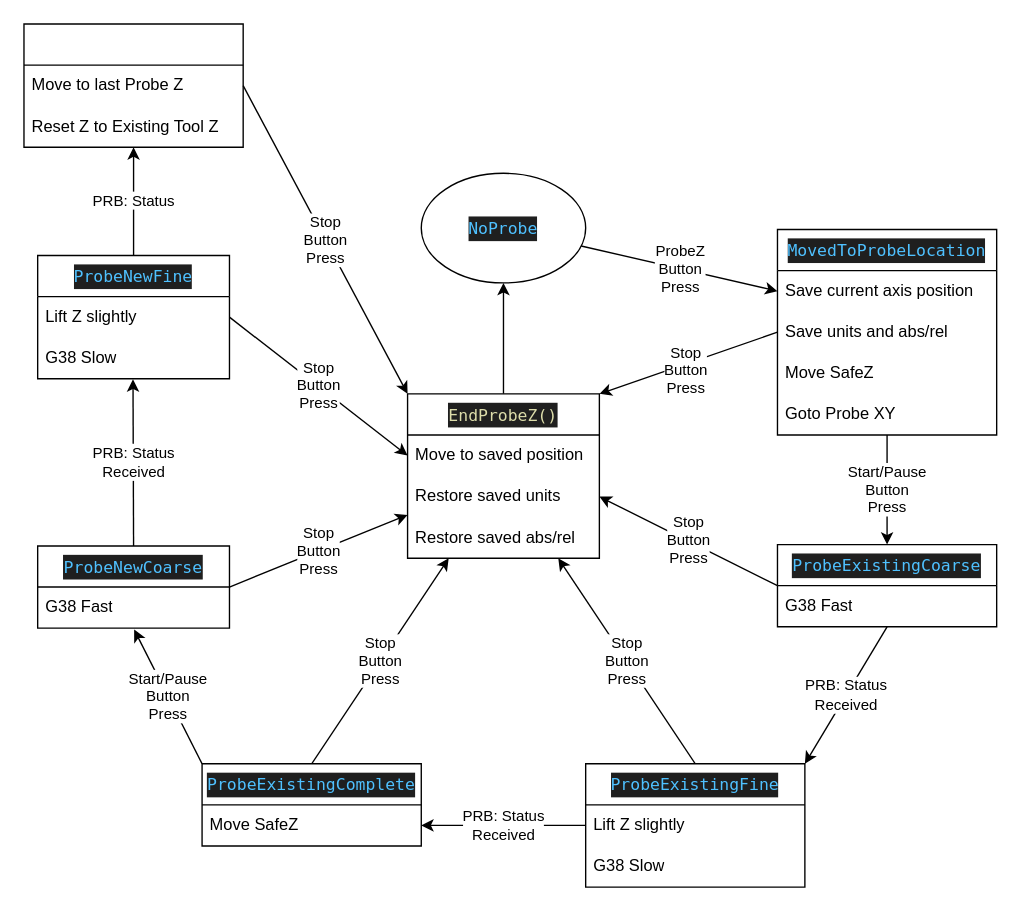
Above: doc/Probe State Machine.drawio in ColPaulR/GRBL-USB-CNC-Pendant (draw.io), before the change. Source tidied: cells renumbered, new cells numbered last; positions are measured from the earlier drawing's top-left corner, leaving out a move shared by most shapes. Both pictures are drawn from the tidied source at 137%, with x=0, y=0 at pixel (23, 23).
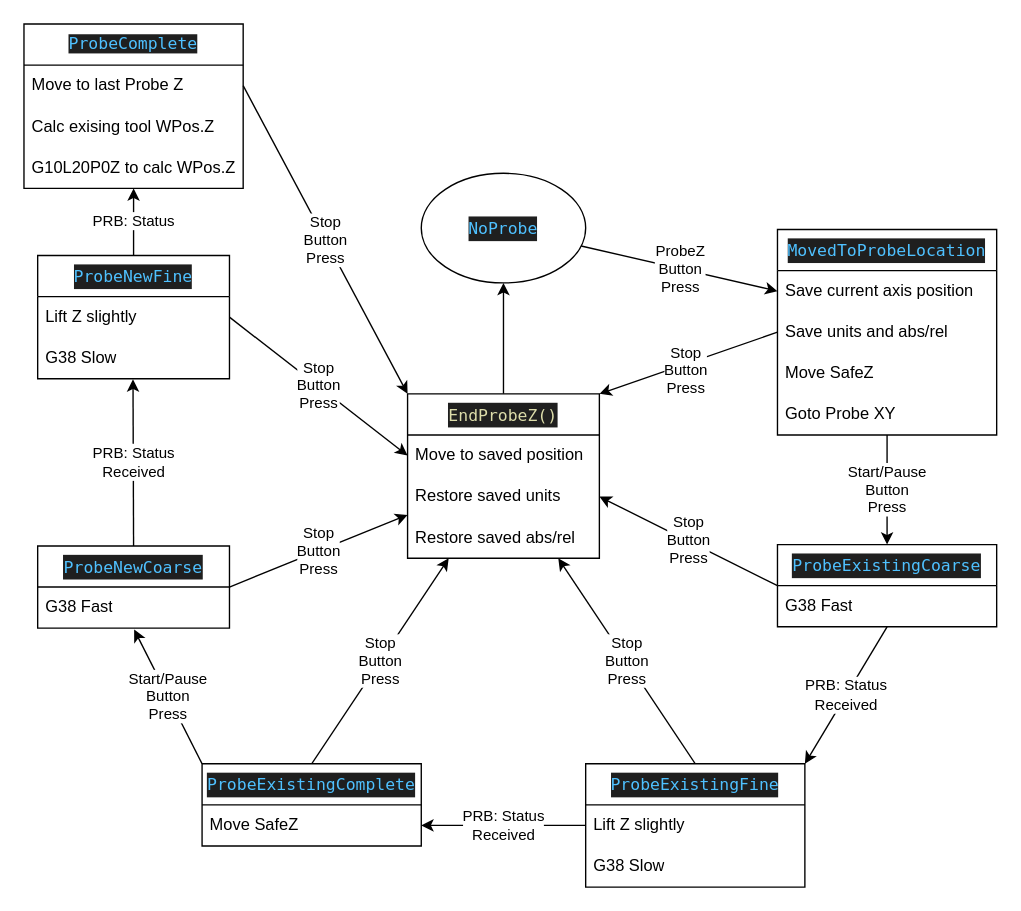
The same diagram, later.

The edit, as a diff of the source:
```diff
@@
-    <mxCell id="39" value="&lt;div style=&quot;color: rgb(204, 204, 204); background-color: rgb(31, 31, 31); font-family: Menlo, Monaco, &amp;quot;Courier New&amp;quot;, monospace; line-height: 18px;&quot;&gt;&lt;br&gt;&lt;/div&gt;" style="swimlane;fontStyle=0;horizontal=1;startSize=30;whiteSpace=wrap;html=1;" parent="1" vertex="1">
-      <mxGeometry width="160" height="90" as="geometry" />
+    <mxCell id="39" value="&lt;div style=&quot;color: rgb(204, 204, 204); background-color: rgb(31, 31, 31); font-family: Menlo, Monaco, &amp;quot;Courier New&amp;quot;, monospace; line-height: 18px;&quot;&gt;&lt;div style=&quot;color: rgb(0, 0, 0); background-color: rgb(255, 255, 255); font-family: Consolas, &amp;quot;Courier New&amp;quot;, monospace; font-size: 14px; line-height: 19px; white-space: pre;&quot;&gt;&lt;span style=&quot;color: rgb(79, 193, 255); font-family: Menlo, Monaco, &amp;quot;Courier New&amp;quot;, monospace; font-size: 12px; white-space: normal; background-color: rgb(31, 31, 31);&quot;&gt;ProbeComplete&lt;/span&gt;&lt;br&gt;&lt;/div&gt;&lt;/div&gt;" style="swimlane;fontStyle=0;horizontal=1;startSize=30;whiteSpace=wrap;html=1;" parent="1" vertex="1">
+      <mxGeometry width="160" height="120" as="geometry" />
     </mxCell>
@@
-    <mxCell id="41" value="Reset Z to Existing Tool Z" style="text;strokeColor=none;fillColor=none;align=left;verticalAlign=middle;spacingLeft=4;spacingRight=4;overflow=hidden;whiteSpace=wrap;html=1;" parent="39" vertex="1">
+    <mxCell id="41" value="Calc exising tool WPos.Z" style="text;strokeColor=none;fillColor=none;align=left;verticalAlign=middle;spacingLeft=4;spacingRight=4;overflow=hidden;whiteSpace=wrap;html=1;" parent="39" vertex="1">
       <mxGeometry y="60" width="160" height="30" as="geometry" />
     </mxCell>
+    <mxCell id="43" value="G10L20P0Z to calc WPos.Z" style="text;strokeColor=none;fillColor=none;align=left;verticalAlign=middle;spacingLeft=4;spacingRight=4;overflow=hidden;whiteSpace=wrap;html=1;" parent="39" vertex="1">
+      <mxGeometry y="90" width="160" height="30" as="geometry" />
+    </mxCell>
```
